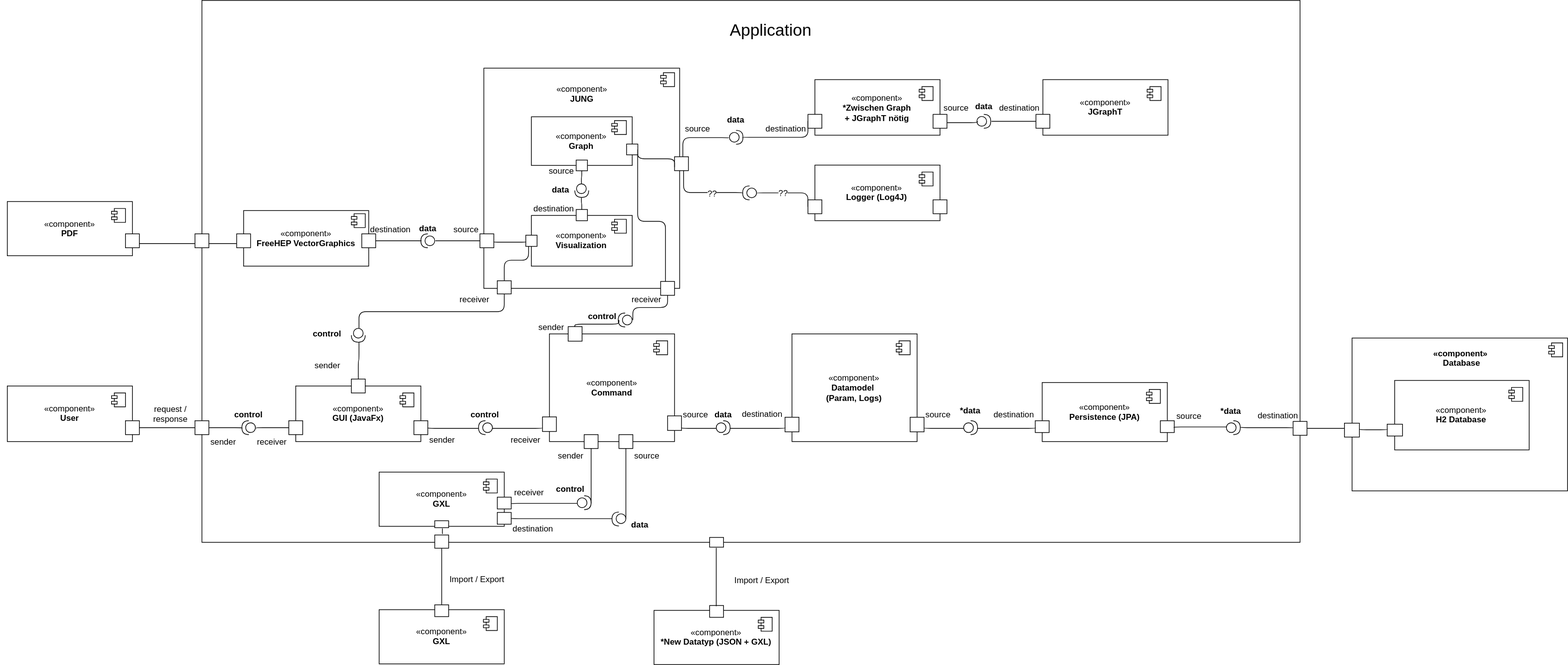
The draw.io diagram Architekturbeschreibung/KonzeptionelleSicht.svg in anthony-mendil/GraphIt, before a commit. Source tidied: cells renumbered, new cells last; positions are measured from the earlier drawing's top-left corner, leaving out a move shared by most shapes.
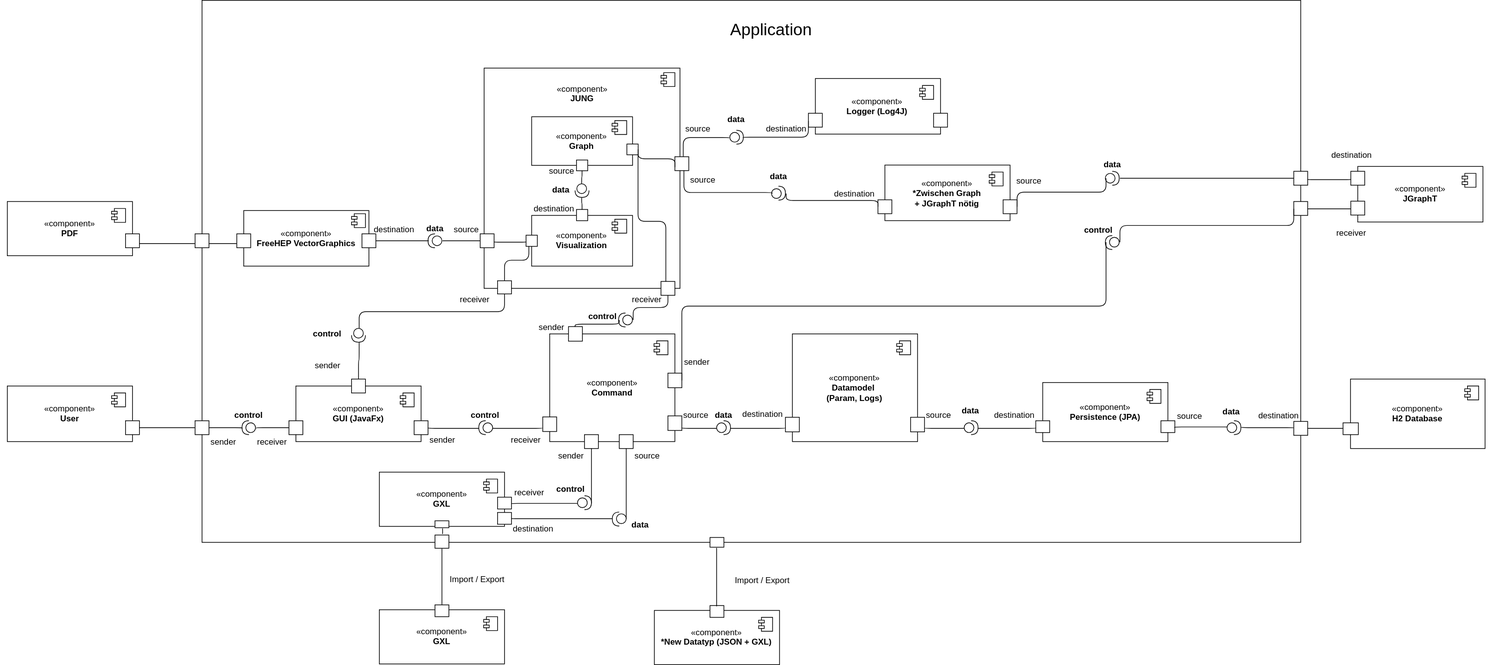
The same file after the commit.

Change to the diagram source:
```diff
@@ -10,33 +10,2 @@
     </mxCell>
-    <mxCell id="4" style="html=1;" parent="1" vertex="1">
-      <mxGeometry x="1944.9" y="486" width="310" height="220" as="geometry" />
-    </mxCell>
-    <mxCell id="5" style="shape=component;jettyWidth=8;jettyHeight=4;" parent="4" vertex="1">
-      <mxGeometry x="1" width="20" height="20" relative="1" as="geometry">
-        <mxPoint x="-27" y="7" as="offset" />
-      </mxGeometry>
-    </mxCell>
-    <mxCell id="6" value="«component» &#10;Database&#10;" style="text;align=center;fontStyle=1;verticalAlign=middle;spacingLeft=3;spacingRight=3;strokeColor=none;" parent="4" vertex="1">
-      <mxGeometry x="109.1" y="12.2" width="97.6" height="48.9" as="geometry" />
-    </mxCell>
-    <mxCell id="7" value="&lt;span style=&quot;font-weight: normal&quot;&gt;«component»&lt;br&gt;&lt;/span&gt;&lt;b&gt;H2 Database&lt;/b&gt;" style="html=1;shape=mxgraph.sysml.port1;fontStyle=1;whiteSpace=wrap;align=center;" parent="4" vertex="1">
-      <mxGeometry x="50.5" y="61" width="215" height="100" as="geometry" />
-    </mxCell>
-    <mxCell id="8" style="strokeColor=inherit;fillColor=inherit;gradientColor=inherit;shape=rect;html=1;align=right;verticalAlign=bottom;labelPosition=left;verticalLabelPosition=top;labelBackgroundColor=none;fontSize=10;" parent="7" vertex="1">
-      <mxGeometry y="63" width="22" height="17" as="geometry" />
-    </mxCell>
-    <mxCell id="9" style="shape=component;jettyWidth=8;jettyHeight=4;" parent="7" vertex="1">
-      <mxGeometry x="1" width="20" height="20" relative="1" as="geometry">
-        <mxPoint x="-40" y="10" as="offset" />
-      </mxGeometry>
-    </mxCell>
-    <mxCell id="10" style="strokeColor=inherit;fillColor=inherit;gradientColor=inherit;shape=rect;html=1;align=right;verticalAlign=bottom;labelPosition=left;verticalLabelPosition=top;labelBackgroundColor=none;fontSize=10;" parent="4" vertex="1">
-      <mxGeometry x="-11" y="122.5" width="21.5" height="20" as="geometry" />
-    </mxCell>
-    <mxCell id="11" style="edgeStyle=elbowEdgeStyle;html=1;endArrow=none;elbow=vertical;" parent="4" edge="1">
-      <mxGeometry relative="1" as="geometry">
-        <mxPoint x="10.6" y="131" as="sourcePoint" />
-        <mxPoint x="50.6" y="131" as="targetPoint" />
-      </mxGeometry>
-    </mxCell>
     <mxCell id="12" value="&lt;span style=&quot;font-weight: normal&quot;&gt;«component»&lt;br&gt;&lt;/span&gt;&lt;b&gt;User&lt;/b&gt;" style="html=1;shape=mxgraph.sysml.port1;fontStyle=1;whiteSpace=wrap;align=center;" parent="1" vertex="1">
@@ -194,3 +163,3 @@
     <mxCell id="52" value="&lt;span style=&quot;font-weight: normal&quot;&gt;«component»&lt;br&gt;&lt;/span&gt;&lt;b&gt;*Zwischen Graph &lt;br&gt;+ JGraphT nötig&lt;/b&gt;" style="html=1;shape=mxgraph.sysml.port1;fontStyle=1;whiteSpace=wrap;align=center;" parent="1" vertex="1">
-      <mxGeometry x="1162" y="114" width="200" height="80" as="geometry" />
+      <mxGeometry x="1262" y="237" width="200" height="80" as="geometry" />
     </mxCell>
@@ -208,3 +177,3 @@
     <mxCell id="56" value="&lt;span style=&quot;font-weight: normal&quot;&gt;«component»&lt;br&gt;&lt;/span&gt;&lt;b&gt;Logger (Log4J)&lt;br&gt;&lt;/b&gt;" style="html=1;shape=mxgraph.sysml.port1;fontStyle=1;whiteSpace=wrap;align=center;" parent="1" vertex="1">
-      <mxGeometry x="1162" y="237" width="200" height="80" as="geometry" />
+      <mxGeometry x="1162" y="112.5" width="200" height="80" as="geometry" />
     </mxCell>
@@ -319,16 +288,5 @@
     </mxCell>
-    <mxCell id="81" style="shape=providedRequiredInterface;html=1;verticalLabelPosition=bottom;rotation=-180;" parent="1" vertex="1">
-      <mxGeometry x="1068" y="267" width="20" height="20" as="geometry" />
+    <mxCell id="81" style="shape=providedRequiredInterface;html=1;verticalLabelPosition=bottom;rotation=0;" parent="1" vertex="1">
+      <mxGeometry x="1109" y="267.5" width="20" height="20" as="geometry" />
     </mxCell>
-    <mxCell id="82" style="edgeStyle=elbowEdgeStyle;html=1;endArrow=none;elbow=vertical;exitX=0;exitY=0.5;exitPerimeter=0;" parent="1" edge="1" source="81">
-      <mxGeometry relative="1" as="geometry">
-        <mxPoint x="1162" y="297" as="targetPoint" />
-        <Array as="points">
-          <mxPoint x="1128" y="277" />
-        </Array>
-      </mxGeometry>
-    </mxCell>
-    <mxCell id="83" value="??&lt;br&gt;" style="text;html=1;align=center;verticalAlign=middle;labelBackgroundColor=#ffffff;" parent="82" vertex="1">
-      <mxGeometry x="-0.22" y="1" relative="1" as="geometry" />
-    </mxCell>
     <mxCell id="84" style="shape=providedRequiredInterface;html=1;verticalLabelPosition=bottom;rotation=0;" parent="1" vertex="1">
@@ -349,5 +307,2 @@
     </mxCell>
-    <mxCell id="87" value="request / response&lt;br&gt;" style="text;html=1;strokeColor=none;fillColor=none;align=center;verticalAlign=middle;whiteSpace=wrap;rounded=0;" parent="1" vertex="1">
-      <mxGeometry x="210" y="585" width="70" height="20" as="geometry" />
-    </mxCell>
     <mxCell id="88" value="&lt;span style=&quot;font-size: 12px&quot;&gt;control&lt;br&gt;&lt;/span&gt;" style="text;strokeColor=none;fillColor=none;html=1;fontSize=24;fontStyle=1;verticalAlign=middle;align=center;" parent="1" vertex="1">
@@ -379,3 +334,3 @@
     </mxCell>
-    <mxCell id="97" value="&lt;span style=&quot;font-size: 12px&quot;&gt;*data&lt;br&gt;&lt;/span&gt;" style="text;strokeColor=none;fillColor=none;html=1;fontSize=24;fontStyle=1;verticalAlign=middle;align=center;" parent="1" vertex="1">
+    <mxCell id="97" value="&lt;span style=&quot;font-size: 12px&quot;&gt;data&lt;br&gt;&lt;/span&gt;" style="text;strokeColor=none;fillColor=none;html=1;fontSize=24;fontStyle=1;verticalAlign=middle;align=center;" parent="1" vertex="1">
       <mxGeometry x="1375.5" y="575.9" width="40" height="20" as="geometry" />
@@ -388,3 +343,3 @@
     </mxCell>
-    <mxCell id="100" value="&lt;span style=&quot;font-size: 12px&quot;&gt;*data&lt;br&gt;&lt;/span&gt;" style="text;strokeColor=none;fillColor=none;html=1;fontSize=24;fontStyle=1;verticalAlign=middle;align=center;" parent="1" vertex="1">
+    <mxCell id="100" value="&lt;span style=&quot;font-size: 12px&quot;&gt;data&lt;br&gt;&lt;/span&gt;" style="text;strokeColor=none;fillColor=none;html=1;fontSize=24;fontStyle=1;verticalAlign=middle;align=center;" parent="1" vertex="1">
       <mxGeometry x="1750" y="577.9" width="40" height="19" as="geometry" />
@@ -472,2 +427,5 @@
     </mxCell>
+    <mxCell id="181" style="strokeColor=inherit;fillColor=inherit;gradientColor=inherit;shape=rect;html=1;align=right;verticalAlign=bottom;labelPosition=left;verticalLabelPosition=top;labelBackgroundColor=none;fontSize=10;" parent="120" vertex="1">
+      <mxGeometry x="180" y="56.5" width="20" height="21" as="geometry" />
+    </mxCell>
     <mxCell id="123" style="strokeColor=inherit;fillColor=inherit;gradientColor=inherit;shape=rect;html=1;align=right;verticalAlign=bottom;labelPosition=left;verticalLabelPosition=top;labelBackgroundColor=none;fontSize=10;" parent="1" vertex="1">
@@ -554,3 +512,3 @@
     </mxCell>
-    <mxCell id="142" style="edgeStyle=elbowEdgeStyle;html=1;endArrow=none;elbow=vertical;entryX=1;entryY=0.5;entryPerimeter=0;" parent="1" edge="1" target="81">
+    <mxCell id="142" style="edgeStyle=elbowEdgeStyle;html=1;endArrow=none;elbow=vertical;entryX=0;entryY=0.5;entryPerimeter=0;" parent="1" edge="1" target="81">
       <mxGeometry relative="1" as="geometry">
@@ -562,7 +520,4 @@
     </mxCell>
-    <mxCell id="143" value="??" style="text;html=1;align=center;verticalAlign=middle;labelBackgroundColor=#ffffff;" parent="142" vertex="1">
-      <mxGeometry x="0.23" relative="1" as="geometry" />
-    </mxCell>
     <mxCell id="144" value="&lt;span style=&quot;font-weight: normal&quot;&gt;«component»&lt;br&gt;&lt;/span&gt;JGraphT&lt;br&gt;" style="html=1;shape=mxgraph.sysml.port1;fontStyle=1;whiteSpace=wrap;align=center;" parent="1" vertex="1">
-      <mxGeometry x="1490" y="114" width="200" height="80" as="geometry" />
+      <mxGeometry x="1942" y="239" width="200" height="80" as="geometry" />
     </mxCell>
@@ -577,22 +532,12 @@
     <mxCell id="147" style="shape=providedRequiredInterface;html=1;verticalLabelPosition=bottom;" parent="1" vertex="1">
-      <mxGeometry x="1405" y="164" width="20" height="20" as="geometry" />
+      <mxGeometry x="1589" y="246" width="20" height="20" as="geometry" />
     </mxCell>
-    <mxCell id="148" style="edgeStyle=elbowEdgeStyle;html=1;endArrow=none;elbow=vertical;entryX=0;entryY=0.5;entryPerimeter=0;" parent="1" edge="1" target="147">
-      <mxGeometry relative="1" as="geometry">
-        <mxPoint x="1362" y="176" as="sourcePoint" />
-      </mxGeometry>
-    </mxCell>
-    <mxCell id="149" style="edgeStyle=elbowEdgeStyle;html=1;endArrow=none;elbow=vertical;exitX=1;exitY=0.5;exitPerimeter=0;" parent="1" edge="1" source="147">
-      <mxGeometry relative="1" as="geometry">
-        <mxPoint x="1490" y="174" as="targetPoint" />
-      </mxGeometry>
-    </mxCell>
     <mxCell id="150" value="&lt;span style=&quot;font-size: 12px&quot;&gt;data&lt;br&gt;&lt;/span&gt;" style="text;strokeColor=none;fillColor=none;html=1;fontSize=24;fontStyle=1;verticalAlign=middle;align=center;" parent="1" vertex="1">
-      <mxGeometry x="1395" y="138" width="40" height="19" as="geometry" />
+      <mxGeometry x="1579" y="222" width="40" height="19" as="geometry" />
     </mxCell>
     <mxCell id="151" value="source&lt;br&gt;" style="text;html=1;strokeColor=none;fillColor=none;align=center;verticalAlign=middle;whiteSpace=wrap;rounded=0;" parent="1" vertex="1">
-      <mxGeometry x="1355" y="144" width="40" height="20" as="geometry" />
+      <mxGeometry x="1459" y="248.5" width="40" height="20" as="geometry" />
     </mxCell>
     <mxCell id="152" value="destination&lt;br&gt;" style="text;html=1;strokeColor=none;fillColor=none;align=center;verticalAlign=middle;whiteSpace=wrap;rounded=0;" parent="1" vertex="1">
-      <mxGeometry x="1430" y="144" width="70" height="20" as="geometry" />
+      <mxGeometry x="1907" y="212" width="70" height="20" as="geometry" />
     </mxCell>
@@ -617,3 +562,3 @@
     <mxCell id="157" style="shape=providedRequiredInterface;html=1;verticalLabelPosition=bottom;rotation=180;" parent="1" vertex="1">
-      <mxGeometry x="605" y="336" width="20" height="20" as="geometry" />
+      <mxGeometry x="615" y="336" width="20" height="20" as="geometry" />
     </mxCell>
@@ -630,3 +575,3 @@
     <mxCell id="160" value="&lt;span style=&quot;font-size: 12px&quot;&gt;data&lt;br&gt;&lt;/span&gt;" style="text;strokeColor=none;fillColor=none;html=1;fontSize=24;fontStyle=1;verticalAlign=middle;align=center;" parent="1" vertex="1">
-      <mxGeometry x="595" y="314" width="40" height="19" as="geometry" />
+      <mxGeometry x="605" y="314" width="40" height="19" as="geometry" />
     </mxCell>
@@ -636,3 +581,3 @@
     <mxCell id="162" value="destination&lt;br&gt;" style="text;html=1;strokeColor=none;fillColor=none;align=center;verticalAlign=middle;whiteSpace=wrap;rounded=0;" parent="1" vertex="1">
-      <mxGeometry x="525" y="318.5" width="70" height="20" as="geometry" />
+      <mxGeometry x="530" y="318.5" width="70" height="20" as="geometry" />
     </mxCell>
@@ -703,2 +648,83 @@
     </mxCell>
+    <mxCell id="182" value="source&lt;br&gt;" style="text;html=1;strokeColor=none;fillColor=none;align=center;verticalAlign=middle;whiteSpace=wrap;rounded=0;" parent="1" vertex="1">
+      <mxGeometry x="990" y="248" width="40" height="20" as="geometry" />
+    </mxCell>
+    <mxCell id="183" value="&lt;span style=&quot;font-size: 12px&quot;&gt;data&lt;br&gt;&lt;/span&gt;" style="text;strokeColor=none;fillColor=none;html=1;fontSize=24;fontStyle=1;verticalAlign=middle;align=center;" parent="1" vertex="1">
+      <mxGeometry x="1099" y="239" width="40" height="19" as="geometry" />
+    </mxCell>
+    <mxCell id="184" value="destination&lt;br&gt;" style="text;html=1;strokeColor=none;fillColor=none;align=center;verticalAlign=middle;whiteSpace=wrap;rounded=0;" parent="1" vertex="1">
+      <mxGeometry x="1192" y="267.5" width="70" height="20" as="geometry" />
+    </mxCell>
+    <mxCell id="7" value="&lt;span style=&quot;font-weight: normal&quot;&gt;«component»&lt;br&gt;&lt;/span&gt;&lt;b&gt;H2 Database&lt;/b&gt;" style="html=1;shape=mxgraph.sysml.port1;fontStyle=1;whiteSpace=wrap;align=center;" parent="1" vertex="1">
+      <mxGeometry x="1930.9" y="545" width="215" height="100" as="geometry" />
+    </mxCell>
+    <mxCell id="8" style="strokeColor=inherit;fillColor=inherit;gradientColor=inherit;shape=rect;html=1;align=right;verticalAlign=bottom;labelPosition=left;verticalLabelPosition=top;labelBackgroundColor=none;fontSize=10;" parent="7" vertex="1">
+      <mxGeometry y="63" width="22" height="17" as="geometry" />
+    </mxCell>
+    <mxCell id="9" style="shape=component;jettyWidth=8;jettyHeight=4;" parent="7" vertex="1">
+      <mxGeometry x="1" width="20" height="20" relative="1" as="geometry">
+        <mxPoint x="-40" y="10" as="offset" />
+      </mxGeometry>
+    </mxCell>
+    <mxCell id="185" style="shape=providedRequiredInterface;html=1;verticalLabelPosition=bottom;rotation=180;" parent="1" vertex="1">
+      <mxGeometry x="1589" y="338.5" width="20" height="20" as="geometry" />
+    </mxCell>
+    <mxCell id="186" value="sender&lt;br&gt;" style="text;html=1;strokeColor=none;fillColor=none;align=center;verticalAlign=middle;whiteSpace=wrap;rounded=0;" parent="1" vertex="1">
+      <mxGeometry x="980.5" y="510" width="40" height="20" as="geometry" />
+    </mxCell>
+    <mxCell id="187" value="&lt;span style=&quot;font-size: 12px&quot;&gt;control&lt;br&gt;&lt;/span&gt;" style="text;strokeColor=none;fillColor=none;html=1;fontSize=24;fontStyle=1;verticalAlign=middle;align=center;" parent="1" vertex="1">
+      <mxGeometry x="1559" y="316" width="40" height="20" as="geometry" />
+    </mxCell>
+    <mxCell id="188" value="receiver&lt;br&gt;" style="text;html=1;strokeColor=none;fillColor=none;align=center;verticalAlign=middle;whiteSpace=wrap;rounded=0;" parent="1" vertex="1">
+      <mxGeometry x="1922" y="323.5" width="40" height="20" as="geometry" />
+    </mxCell>
+    <mxCell id="189" style="strokeColor=inherit;fillColor=inherit;gradientColor=inherit;shape=rect;html=1;align=right;verticalAlign=bottom;labelPosition=left;verticalLabelPosition=top;labelBackgroundColor=none;fontSize=10;" parent="1" vertex="1">
+      <mxGeometry x="1860" y="289.5" width="20" height="20" as="geometry" />
+    </mxCell>
+    <mxCell id="190" style="edgeStyle=elbowEdgeStyle;html=1;endArrow=none;elbow=vertical;" parent="1" edge="1">
+      <mxGeometry relative="1" as="geometry">
+        <mxPoint x="1880" y="300" as="sourcePoint" />
+        <mxPoint x="1942" y="300" as="targetPoint" />
+      </mxGeometry>
+    </mxCell>
+    <mxCell id="191" style="strokeColor=inherit;fillColor=inherit;gradientColor=inherit;shape=rect;html=1;align=right;verticalAlign=bottom;labelPosition=left;verticalLabelPosition=top;labelBackgroundColor=none;fontSize=10;" parent="1" vertex="1">
+      <mxGeometry x="1860" y="246" width="20" height="20" as="geometry" />
+    </mxCell>
+    <mxCell id="192" style="strokeColor=inherit;fillColor=inherit;gradientColor=inherit;shape=rect;html=1;align=right;verticalAlign=bottom;labelPosition=left;verticalLabelPosition=top;labelBackgroundColor=none;fontSize=10;" parent="1" vertex="1">
+      <mxGeometry x="1942" y="246" width="20" height="20" as="geometry" />
+    </mxCell>
+    <mxCell id="193" style="edgeStyle=elbowEdgeStyle;html=1;endArrow=none;elbow=vertical;" parent="1" edge="1">
+      <mxGeometry relative="1" as="geometry">
+        <mxPoint x="1880" y="257.5" as="sourcePoint" />
+        <mxPoint x="1942" y="257.5" as="targetPoint" />
+      </mxGeometry>
+    </mxCell>
+    <mxCell id="194" style="edgeStyle=elbowEdgeStyle;html=1;endArrow=none;elbow=vertical;exitX=1;exitY=0.5;exitPerimeter=0;" parent="1" edge="1" source="81">
+      <mxGeometry relative="1" as="geometry">
+        <mxPoint x="1262" y="297" as="targetPoint" />
+      </mxGeometry>
+    </mxCell>
+    <mxCell id="195" style="edgeStyle=elbowEdgeStyle;html=1;endArrow=none;elbow=vertical;entryX=1;entryY=0.5;entryPerimeter=0;" parent="1" edge="1" target="185">
+      <mxGeometry relative="1" as="geometry">
+        <mxPoint x="980" y="547" as="sourcePoint" />
+        <Array as="points">
+          <mxPoint x="1290" y="440" />
+        </Array>
+      </mxGeometry>
+    </mxCell>
+    <mxCell id="196" style="edgeStyle=elbowEdgeStyle;html=1;endArrow=none;elbow=vertical;exitX=0;exitY=0.5;exitPerimeter=0;" parent="1" edge="1" source="185">
+      <mxGeometry relative="1" as="geometry">
+        <mxPoint x="1860" y="300" as="targetPoint" />
+      </mxGeometry>
+    </mxCell>
+    <mxCell id="197" style="edgeStyle=elbowEdgeStyle;html=1;endArrow=none;elbow=vertical;entryX=0;entryY=0.5;entryPerimeter=0;" parent="1" edge="1" target="147">
+      <mxGeometry relative="1" as="geometry">
+        <mxPoint x="1462" y="297" as="sourcePoint" />
+      </mxGeometry>
+    </mxCell>
+    <mxCell id="198" style="edgeStyle=elbowEdgeStyle;html=1;endArrow=none;elbow=vertical;exitX=1;exitY=0.5;exitPerimeter=0;" parent="1" edge="1" source="147">
+      <mxGeometry relative="1" as="geometry">
+        <mxPoint x="1860" y="256" as="targetPoint" />
+      </mxGeometry>
+    </mxCell>
   </root>
```
